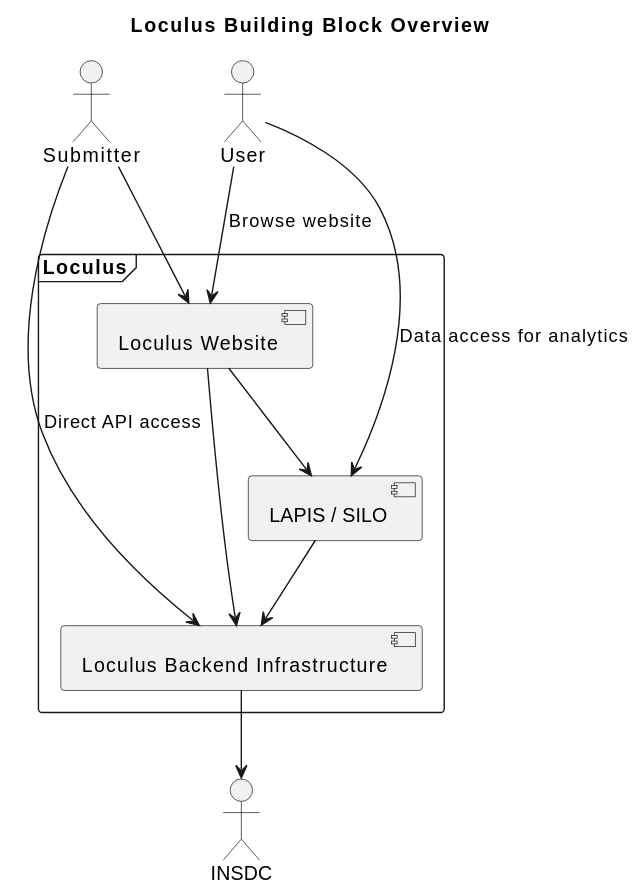
loculus-project/loculus keeps this PlantUML diagram as arc42/plantuml/05_level_1.svg. Above is the earlier version. The source it was exported from:
```plantuml
@startuml
title Loculus Building Block Overview

actor User as user
actor Submitter as submitter
actor INSDC as insdc

frame Loculus as loculus {
    component "Loculus Website" as website
    component "Loculus Backend Infrastructure" as backend
    component "LAPIS / SILO" as lapis
}

submitter --> website
submitter -right-> backend : Direct API access

user --> website : Browse website
user --> lapis : Data access for analytics

website --> backend
website --> lapis
lapis --> backend

backend --> insdc
@enduml
```
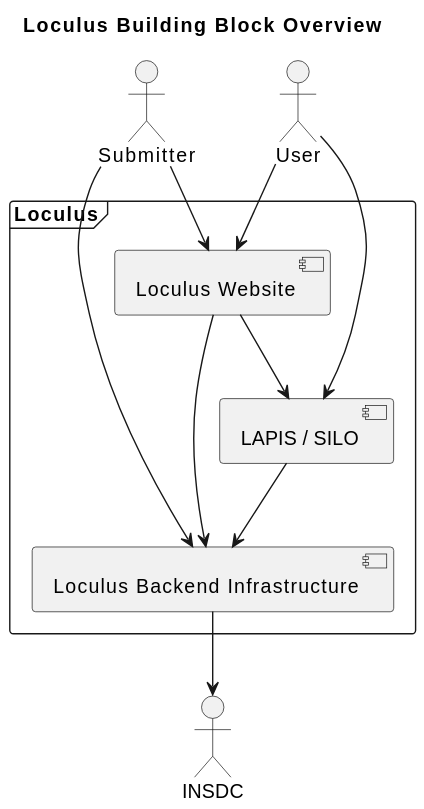
After the change.

What changed in the source:
```diff
@@ -12,10 +12,10 @@
 }
 
 submitter --> website
-submitter -right-> backend : Direct API access
+submitter -right-> backend
 
-user --> website : Browse website
-user --> lapis : Data access for analytics
+user --> website
+user --> lapis
 
 website --> backend
 website --> lapis
```
